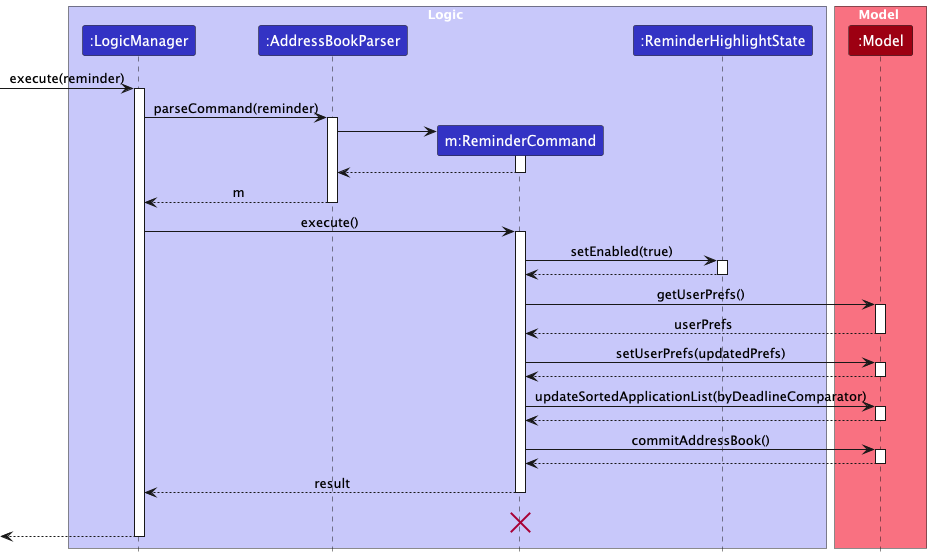
Xingchen722/tp keeps this PlantUML diagram as docs/images/ReminderSequenceDiagram-Logic.png. Above is the earlier version.
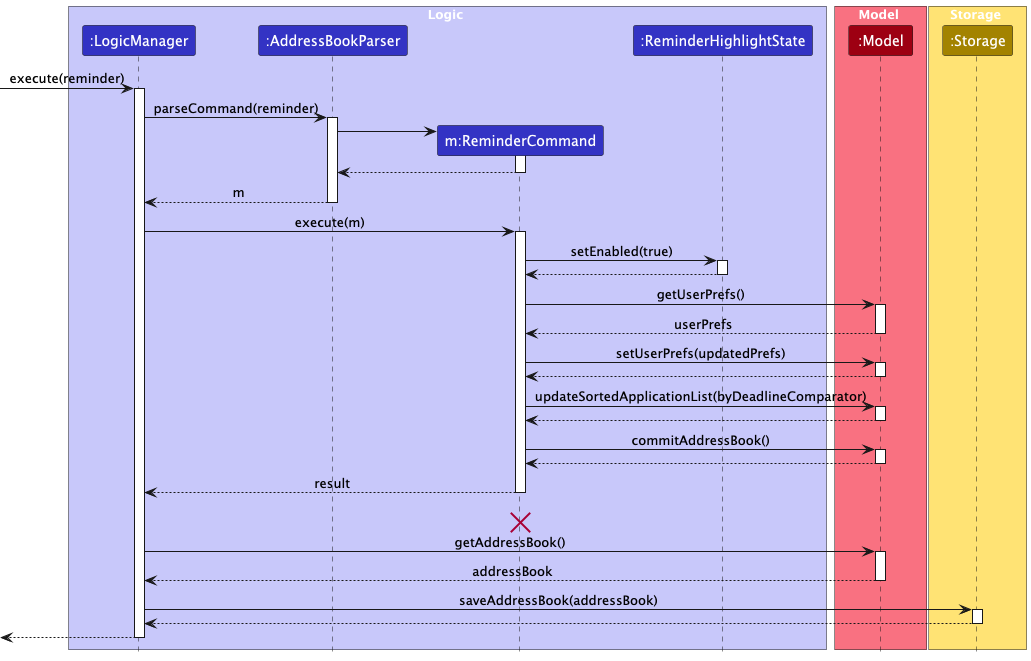
Later version of the same file.

The edit, as a diff of the source:
```diff
@@ -11,6 +11,10 @@
 
 box Model MODEL_COLOR_T1
 participant ":Model" as Model MODEL_COLOR
+end box
+
+box Storage STORAGE_COLOR_T1
+participant ":Storage" as Storage STORAGE_COLOR
 end box
 
 [-> LogicManager : execute(reminder)
@@ -29,7 +33,7 @@
 AddressBookParser --> LogicManager : m
 deactivate AddressBookParser
 
-LogicManager -> ReminderCommand : execute()
+LogicManager -> ReminderCommand : execute(m)
 activate ReminderCommand
 
 ReminderCommand -> ReminderHighlightState : setEnabled(true)
@@ -62,6 +66,16 @@
 ReminderCommand -[hidden]-> LogicManager : result
 destroy ReminderCommand
 
+LogicManager -> Model : getAddressBook()
+activate Model
+Model --> LogicManager : addressBook
+deactivate Model
+
+LogicManager -> Storage : saveAddressBook(addressBook)
+activate Storage
+Storage --> LogicManager
+deactivate Storage
+
 [<--LogicManager
 deactivate LogicManager
 @enduml
```
